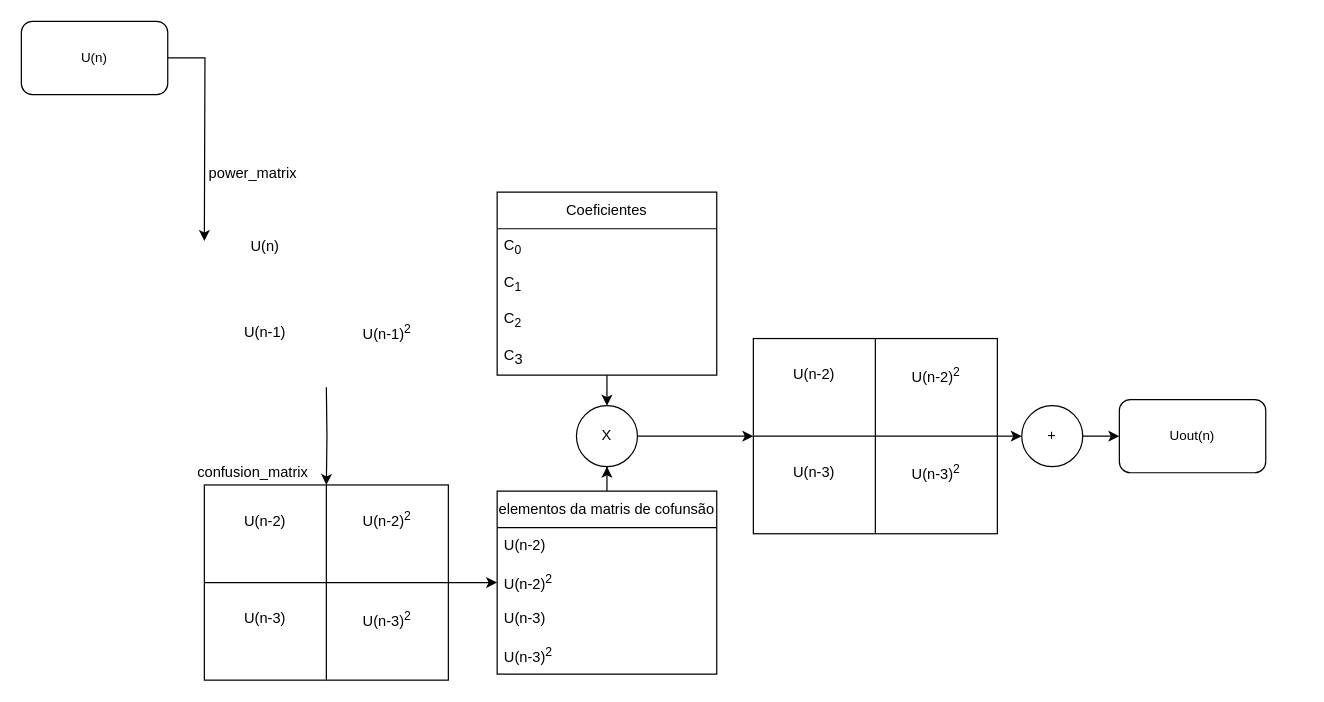
Above: diagramas/fluxo_de_calculo.drawio in Je-Leo-AS/DPD (draw.io), before the change. Source tidied: cells renumbered, new cells numbered last; positions are measured from the earlier drawing's top-left corner, leaving out a move shared by most shapes. Both pictures are drawn from the tidied source at 122%, with x=0, y=0 at pixel (21, 21).
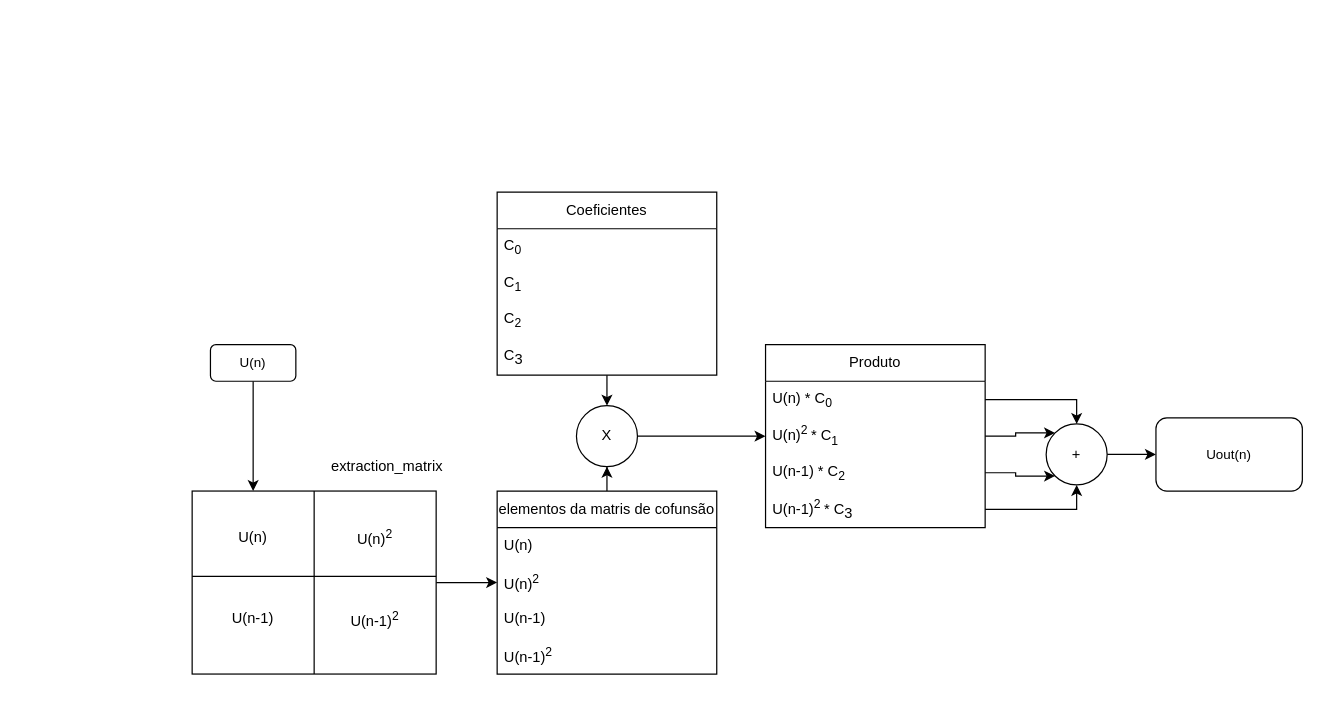
After the change.

Unchanged cells that the change refers to:
```xml
<mxCell id="16" value="elementos da matris de cofunsão" style="swimlane;fontStyle=0;horizontal=1;startSize=30;whiteSpace=wrap;html=1;" parent="1" vertex="1">
  <mxGeometry x="390" y="385" width="180" height="150" as="geometry" />
</mxCell>
<mxCell id="22" value="X" style="ellipse;whiteSpace=wrap;html=1;" parent="1" vertex="1">
  <mxGeometry x="455" y="315" width="50" height="50" as="geometry" />
</mxCell>
```

Change to the diagram source:
```diff
@@
-    <mxCell id="2" style="edgeStyle=orthogonalEdgeStyle;rounded=0;jettySize=auto;html=1;exitX=0.5;exitY=1;exitDx=0;exitDy=0;entryX=0.5;entryY=0;entryDx=0;entryDy=0;" parent="1" edge="1" target="8">
-      <mxGeometry relative="1" as="geometry">
-        <mxPoint x="250" y="300" as="sourcePoint" />
-      </mxGeometry>
-    </mxCell>
-    <mxCell id="3" value="U(n)" style="text;html=1;align=center;verticalAlign=middle;whiteSpace=wrap;rounded=0;" parent="1" vertex="1">
-      <mxGeometry x="170" y="170" width="60" height="30" as="geometry" />
-    </mxCell>
-    <mxCell id="4" value="U(n-1)" style="text;html=1;align=center;verticalAlign=middle;whiteSpace=wrap;rounded=0;" parent="1" vertex="1">
-      <mxGeometry x="170" y="240" width="60" height="30" as="geometry" />
-    </mxCell>
-    <mxCell id="5" value="U(n-1)&lt;sup&gt;2&lt;/sup&gt;" style="text;html=1;align=center;verticalAlign=middle;whiteSpace=wrap;rounded=0;" parent="1" vertex="1">
-      <mxGeometry x="270" y="240" width="60" height="30" as="geometry" />
-    </mxCell>
-    <mxCell id="6" value="power_matrix" style="text;html=1;align=center;verticalAlign=middle;whiteSpace=wrap;rounded=0;" parent="1" vertex="1">
-      <mxGeometry x="160" y="110" width="60" height="30" as="geometry" />
-    </mxCell>
-    <mxCell id="7" style="edgeStyle=orthogonalEdgeStyle;rounded=0;jettySize=auto;html=1;entryX=0;entryY=0.5;entryDx=0;entryDy=0;exitX=1;exitY=0.5;exitDx=0;exitDy=0;" parent="1" edge="1" source="8" target="18">
+    <mxCell id="7" style="edgeStyle=orthogonalEdgeStyle;rounded=0;jettySize=auto;html=1;" parent="1" edge="1" source="8" target="18">
       <mxGeometry relative="1" as="geometry" />
     </mxCell>
-    <mxCell id="8" style="shape=internalStorage;whiteSpace=wrap;html=1;backgroundOutline=1;dx=100;dy=80;" parent="1" vertex="1">
-      <mxGeometry x="150" y="380" width="200" height="160" as="geometry" />
+    <mxCell id="8" style="shape=internalStorage;whiteSpace=wrap;html=1;backgroundOutline=1;dx=100;dy=70;" parent="1" vertex="1">
+      <mxGeometry x="140" y="385" width="200" height="150" as="geometry" />
     </mxCell>
-    <mxCell id="9" value="confusion_matrix" style="text;html=1;align=center;verticalAlign=middle;whiteSpace=wrap;rounded=0;" parent="1" vertex="1">
-      <mxGeometry x="160" y="355" width="60" height="30" as="geometry" />
+    <mxCell id="9" value="extraction_matrix" style="text;html=1;align=center;verticalAlign=middle;whiteSpace=wrap;rounded=0;" parent="1" vertex="1">
+      <mxGeometry x="270" y="350" width="60" height="30" as="geometry" />
     </mxCell>
-    <mxCell id="10" value="U(n-2&lt;span style=&quot;background-color: initial;&quot;&gt;)&lt;/span&gt;" style="text;html=1;align=center;verticalAlign=middle;whiteSpace=wrap;rounded=0;" parent="1" vertex="1">
-      <mxGeometry x="170" y="395" width="60" height="30" as="geometry" />
+    <mxCell id="10" value="U(n&lt;span style=&quot;background-color: initial;&quot;&gt;)&lt;/span&gt;" style="text;html=1;align=center;verticalAlign=middle;whiteSpace=wrap;rounded=0;" parent="1" vertex="1">
+      <mxGeometry x="160" y="407.5" width="60" height="30" as="geometry" />
     </mxCell>
-    <mxCell id="11" value="U(n-2)&lt;sup&gt;2&lt;/sup&gt;" style="text;html=1;align=center;verticalAlign=middle;whiteSpace=wrap;rounded=0;" parent="1" vertex="1">
-      <mxGeometry x="270" y="395" width="60" height="25" as="geometry" />
+    <mxCell id="11" value="U(n)&lt;sup&gt;2&lt;/sup&gt;" style="text;html=1;align=center;verticalAlign=middle;whiteSpace=wrap;rounded=0;" parent="1" vertex="1">
+      <mxGeometry x="260" y="410" width="60" height="25" as="geometry" />
     </mxCell>
@@
-    <mxCell id="13" value="U(n-3&lt;span style=&quot;background-color: initial;&quot;&gt;)&lt;/span&gt;" style="text;html=1;align=center;verticalAlign=middle;whiteSpace=wrap;rounded=0;" parent="1" vertex="1">
-      <mxGeometry x="170" y="475" width="60" height="30" as="geometry" />
+    <mxCell id="13" value="U(n-1&lt;span style=&quot;background-color: initial;&quot;&gt;)&lt;/span&gt;" style="text;html=1;align=center;verticalAlign=middle;whiteSpace=wrap;rounded=0;" parent="1" vertex="1">
+      <mxGeometry x="160" y="475" width="60" height="30" as="geometry" />
     </mxCell>
-    <mxCell id="14" value="U(n-3)&lt;sup&gt;2&lt;/sup&gt;" style="text;html=1;align=center;verticalAlign=middle;whiteSpace=wrap;rounded=0;" parent="1" vertex="1">
-      <mxGeometry x="270" y="475" width="60" height="30" as="geometry" />
+    <mxCell id="14" value="U(n-1&lt;span style=&quot;background-color: initial;&quot;&gt;)&lt;/span&gt;&lt;sup style=&quot;background-color: initial;&quot;&gt;2&lt;/sup&gt;" style="text;html=1;align=center;verticalAlign=middle;whiteSpace=wrap;rounded=0;" parent="1" vertex="1">
+      <mxGeometry x="260" y="475" width="60" height="30" as="geometry" />
     </mxCell>
@@
-    <mxCell id="17" value="&lt;span style=&quot;text-align: center;&quot;&gt;U(n-2&lt;/span&gt;&lt;span style=&quot;text-align: center; background-color: initial;&quot;&gt;)&lt;/span&gt;" style="text;strokeColor=none;fillColor=none;align=left;verticalAlign=middle;spacingLeft=4;spacingRight=4;overflow=hidden;whiteSpace=wrap;html=1;" parent="16" vertex="1">
+    <mxCell id="17" value="&lt;span style=&quot;text-align: center;&quot;&gt;U(n&lt;/span&gt;&lt;span style=&quot;text-align: center; background-color: initial;&quot;&gt;)&lt;/span&gt;" style="text;strokeColor=none;fillColor=none;align=left;verticalAlign=middle;spacingLeft=4;spacingRight=4;overflow=hidden;whiteSpace=wrap;html=1;" parent="16" vertex="1">
       <mxGeometry y="30" width="180" height="30" as="geometry" />
     </mxCell>
-    <mxCell id="18" value="&lt;span style=&quot;text-align: center;&quot;&gt;U(n-2)&lt;/span&gt;&lt;sup style=&quot;text-align: center;&quot;&gt;2&lt;/sup&gt;" style="text;strokeColor=none;fillColor=none;align=left;verticalAlign=middle;spacingLeft=4;spacingRight=4;overflow=hidden;points=[[0,0.5],[1,0.5]];portConstraint=eastwest;whiteSpace=wrap;html=1;" parent="16" vertex="1">
+    <mxCell id="18" value="&lt;span style=&quot;text-align: center;&quot;&gt;U(n)&lt;/span&gt;&lt;sup style=&quot;text-align: center;&quot;&gt;2&lt;/sup&gt;" style="text;strokeColor=none;fillColor=none;align=left;verticalAlign=middle;spacingLeft=4;spacingRight=4;overflow=hidden;points=[[0,0.5],[1,0.5]];portConstraint=eastwest;whiteSpace=wrap;html=1;" parent="16" vertex="1">
       <mxGeometry y="60" width="180" height="30" as="geometry" />
     </mxCell>
-    <mxCell id="19" value="&lt;span style=&quot;text-align: center;&quot;&gt;U(n-3&lt;/span&gt;&lt;span style=&quot;text-align: center; background-color: initial;&quot;&gt;)&lt;/span&gt;" style="text;strokeColor=none;fillColor=none;align=left;verticalAlign=middle;spacingLeft=4;spacingRight=4;overflow=hidden;whiteSpace=wrap;html=1;" parent="16" vertex="1">
+    <mxCell id="19" value="&lt;span style=&quot;text-align: center;&quot;&gt;U(n-1&lt;/span&gt;&lt;span style=&quot;text-align: center; background-color: initial;&quot;&gt;)&lt;/span&gt;" style="text;strokeColor=none;fillColor=none;align=left;verticalAlign=middle;spacingLeft=4;spacingRight=4;overflow=hidden;whiteSpace=wrap;html=1;" parent="16" vertex="1">
       <mxGeometry y="90" width="180" height="30" as="geometry" />
     </mxCell>
-    <mxCell id="20" value="&lt;span style=&quot;text-align: center;&quot;&gt;U(n-3)&lt;/span&gt;&lt;sup style=&quot;text-align: center;&quot;&gt;2&lt;/sup&gt;" style="text;strokeColor=none;fillColor=none;align=left;verticalAlign=middle;spacingLeft=4;spacingRight=4;overflow=hidden;whiteSpace=wrap;html=1;" parent="16" vertex="1">
+    <mxCell id="20" value="&lt;span style=&quot;text-align: center;&quot;&gt;U(n-1)&lt;/span&gt;&lt;sup style=&quot;text-align: center;&quot;&gt;2&lt;/sup&gt;" style="text;strokeColor=none;fillColor=none;align=left;verticalAlign=middle;spacingLeft=4;spacingRight=4;overflow=hidden;whiteSpace=wrap;html=1;" parent="16" vertex="1">
       <mxGeometry y="120" width="180" height="30" as="geometry" />
     </mxCell>
-    <mxCell id="21" style="edgeStyle=orthogonalEdgeStyle;rounded=0;jettySize=auto;html=1;entryX=0;entryY=0.5;entryDx=0;entryDy=0;" parent="1" edge="1" source="22" target="30">
+    <mxCell id="21" style="edgeStyle=orthogonalEdgeStyle;rounded=0;jettySize=auto;html=1;entryX=0;entryY=0.5;entryDx=0;entryDy=0;" parent="1" edge="1" source="22" target="44">
       <mxGeometry relative="1" as="geometry" />
     </mxCell>
@@
-    <mxCell id="29" style="edgeStyle=orthogonalEdgeStyle;shape=connector;rounded=0;jettySize=auto;html=1;exitX=1;exitY=0.5;exitDx=0;exitDy=0;entryX=0;entryY=0.5;entryDx=0;entryDy=0;strokeColor=default;align=center;verticalAlign=middle;fontFamily=Helvetica;fontSize=11;fontColor=default;labelBackgroundColor=default;endArrow=classic;" parent="1" edge="1" source="30" target="37">
-      <mxGeometry relative="1" as="geometry" />
-    </mxCell>
-    <mxCell id="30" style="shape=internalStorage;whiteSpace=wrap;html=1;backgroundOutline=1;dx=100;dy=80;" parent="1" vertex="1">
-      <mxGeometry x="600" y="260" width="200" height="160" as="geometry" />
-    </mxCell>
-    <mxCell id="31" value="U(n-2&lt;span style=&quot;background-color: initial;&quot;&gt;)&lt;/span&gt;" style="text;html=1;align=center;verticalAlign=middle;whiteSpace=wrap;rounded=0;" parent="1" vertex="1">
-      <mxGeometry x="620" y="275" width="60" height="30" as="geometry" />
-    </mxCell>
-    <mxCell id="32" value="U(n-2)&lt;sup&gt;2&lt;/sup&gt;" style="text;html=1;align=center;verticalAlign=middle;whiteSpace=wrap;rounded=0;" parent="1" vertex="1">
-      <mxGeometry x="720" y="275" width="60" height="30" as="geometry" />
-    </mxCell>
-    <mxCell id="33" style="edgeStyle=orthogonalEdgeStyle;rounded=0;orthogonalLoop=1;jettySize=auto;html=1;exitX=0.5;exitY=1;exitDx=0;exitDy=0;" parent="1" edge="1" source="32" target="32">
-      <mxGeometry relative="1" as="geometry" />
-    </mxCell>
-    <mxCell id="34" value="U(n-3&lt;span style=&quot;background-color: initial;&quot;&gt;)&lt;/span&gt;" style="text;html=1;align=center;verticalAlign=middle;whiteSpace=wrap;rounded=0;" parent="1" vertex="1">
-      <mxGeometry x="620" y="355" width="60" height="30" as="geometry" />
-    </mxCell>
-    <mxCell id="35" value="U(n-3)&lt;sup&gt;2&lt;/sup&gt;" style="text;html=1;align=center;verticalAlign=middle;whiteSpace=wrap;rounded=0;" parent="1" vertex="1">
-      <mxGeometry x="720" y="355" width="60" height="30" as="geometry" />
-    </mxCell>
@@
     <mxCell id="37" value="+" style="ellipse;whiteSpace=wrap;html=1;" parent="1" vertex="1">
-      <mxGeometry x="820" y="315" width="50" height="50" as="geometry" />
+      <mxGeometry x="840" y="330" width="50" height="50" as="geometry" />
     </mxCell>
-    <mxCell id="38" style="edgeStyle=orthogonalEdgeStyle;shape=connector;rounded=0;jettySize=auto;html=1;entryX=0;entryY=0.25;entryDx=0;entryDy=0;strokeColor=default;align=center;verticalAlign=middle;fontFamily=Helvetica;fontSize=11;fontColor=default;labelBackgroundColor=default;endArrow=classic;" parent="1" edge="1" source="39">
-      <mxGeometry relative="1" as="geometry">
-        <mxPoint x="150" y="180" as="targetPoint" />
-      </mxGeometry>
-    </mxCell>
+    <mxCell id="41" style="edgeStyle=orthogonalEdgeStyle;rounded=0;jettySize=auto;html=1;entryX=0.25;entryY=0;entryDx=0;entryDy=0;" parent="1" edge="1" source="39" target="8">
+      <mxGeometry relative="1" as="geometry" />
+    </mxCell>
     <mxCell id="39" value="U(n)" style="rounded=1;whiteSpace=wrap;html=1;fontFamily=Helvetica;fontSize=11;fontColor=default;labelBackgroundColor=default;" parent="1" vertex="1">
-      <mxGeometry width="120" height="60" as="geometry" />
+      <mxGeometry x="155" y="265" width="70" height="30" as="geometry" />
     </mxCell>
     <mxCell id="40" value="Uout(n)" style="rounded=1;whiteSpace=wrap;html=1;fontFamily=Helvetica;fontSize=11;fontColor=default;labelBackgroundColor=default;" parent="1" vertex="1">
-      <mxGeometry x="900" y="310" width="120" height="60" as="geometry" />
+      <mxGeometry x="930" y="325" width="120" height="60" as="geometry" />
     </mxCell>
+    <mxCell id="42" value="Produto" style="swimlane;fontStyle=0;horizontal=1;startSize=30;whiteSpace=wrap;html=1;" parent="1" vertex="1">
+      <mxGeometry x="610" y="265" width="180" height="150" as="geometry" />
+    </mxCell>
+    <mxCell id="43" value="&lt;div style=&quot;text-align: center;&quot;&gt;U(n) * C&lt;sub&gt;0&amp;nbsp;&lt;/sub&gt;&lt;/div&gt;" style="text;strokeColor=none;fillColor=none;align=left;verticalAlign=middle;spacingLeft=4;spacingRight=4;overflow=hidden;points=[[0,0.5],[1,0.5]];portConstraint=eastwest;whiteSpace=wrap;html=1;" parent="42" vertex="1">
+      <mxGeometry y="30" width="180" height="30" as="geometry" />
+    </mxCell>
+    <mxCell id="44" value="&lt;span style=&quot;text-align: center;&quot;&gt;U(n)&lt;/span&gt;&lt;sup style=&quot;text-align: center;&quot;&gt;2&amp;nbsp;&lt;/sup&gt;&lt;span style=&quot;text-align: center;&quot;&gt;*&amp;nbsp;&lt;/span&gt;&lt;span style=&quot;text-align: center;&quot;&gt;C&lt;/span&gt;&lt;sub style=&quot;text-align: center;&quot;&gt;1&lt;/sub&gt;" style="text;strokeColor=none;fillColor=none;align=left;verticalAlign=middle;spacingLeft=4;spacingRight=4;overflow=hidden;points=[[0,0.5],[1,0.5]];portConstraint=eastwest;whiteSpace=wrap;html=1;" parent="42" vertex="1">
+      <mxGeometry y="60" width="180" height="30" as="geometry" />
+    </mxCell>
+    <mxCell id="45" value="&lt;span style=&quot;text-align: center;&quot;&gt;U(n-1&lt;/span&gt;&lt;span style=&quot;background-color: initial; text-align: center;&quot;&gt;)&amp;nbsp;&lt;/span&gt;&lt;span style=&quot;text-align: center;&quot;&gt;* C&lt;/span&gt;&lt;sub style=&quot;text-align: center;&quot;&gt;2&lt;/sub&gt;" style="text;strokeColor=none;fillColor=none;align=left;verticalAlign=middle;spacingLeft=4;spacingRight=4;overflow=hidden;points=[[0,0.5],[1,0.5]];portConstraint=eastwest;whiteSpace=wrap;html=1;" parent="42" vertex="1">
+      <mxGeometry y="90" width="180" height="30" as="geometry" />
+    </mxCell>
+    <mxCell id="46" value="&lt;div style=&quot;text-align: center;&quot;&gt;&lt;span style=&quot;background-color: initial;&quot;&gt;U(n-1)&lt;/span&gt;&lt;sup style=&quot;background-color: initial;&quot;&gt;2&amp;nbsp;&lt;/sup&gt;&lt;span style=&quot;background-color: initial;&quot;&gt;*&amp;nbsp;&lt;/span&gt;C&lt;span style=&quot;vertical-align: sub; background-color: initial;&quot;&gt;3&lt;/span&gt;&lt;/div&gt;" style="text;strokeColor=none;fillColor=none;align=left;verticalAlign=middle;spacingLeft=4;spacingRight=4;overflow=hidden;points=[[0,0.5],[1,0.5]];portConstraint=eastwest;whiteSpace=wrap;html=1;" parent="42" vertex="1">
+      <mxGeometry y="120" width="180" height="30" as="geometry" />
+    </mxCell>
+    <mxCell id="47" style="edgeStyle=orthogonalEdgeStyle;rounded=0;jettySize=auto;html=1;entryX=0.5;entryY=0;entryDx=0;entryDy=0;" parent="1" edge="1" source="43" target="37">
+      <mxGeometry relative="1" as="geometry" />
+    </mxCell>
+    <mxCell id="48" style="edgeStyle=orthogonalEdgeStyle;rounded=0;jettySize=auto;html=1;entryX=0;entryY=1;entryDx=0;entryDy=0;" parent="1" edge="1" source="45" target="37">
+      <mxGeometry relative="1" as="geometry" />
+    </mxCell>
+    <mxCell id="49" style="edgeStyle=orthogonalEdgeStyle;rounded=0;jettySize=auto;html=1;entryX=0.5;entryY=1;entryDx=0;entryDy=0;" parent="1" edge="1" source="46" target="37">
+      <mxGeometry relative="1" as="geometry" />
+    </mxCell>
+    <mxCell id="50" style="edgeStyle=orthogonalEdgeStyle;rounded=0;jettySize=auto;html=1;entryX=0;entryY=0;entryDx=0;entryDy=0;" parent="1" edge="1" source="44" target="37">
+      <mxGeometry relative="1" as="geometry" />
+    </mxCell>
```
